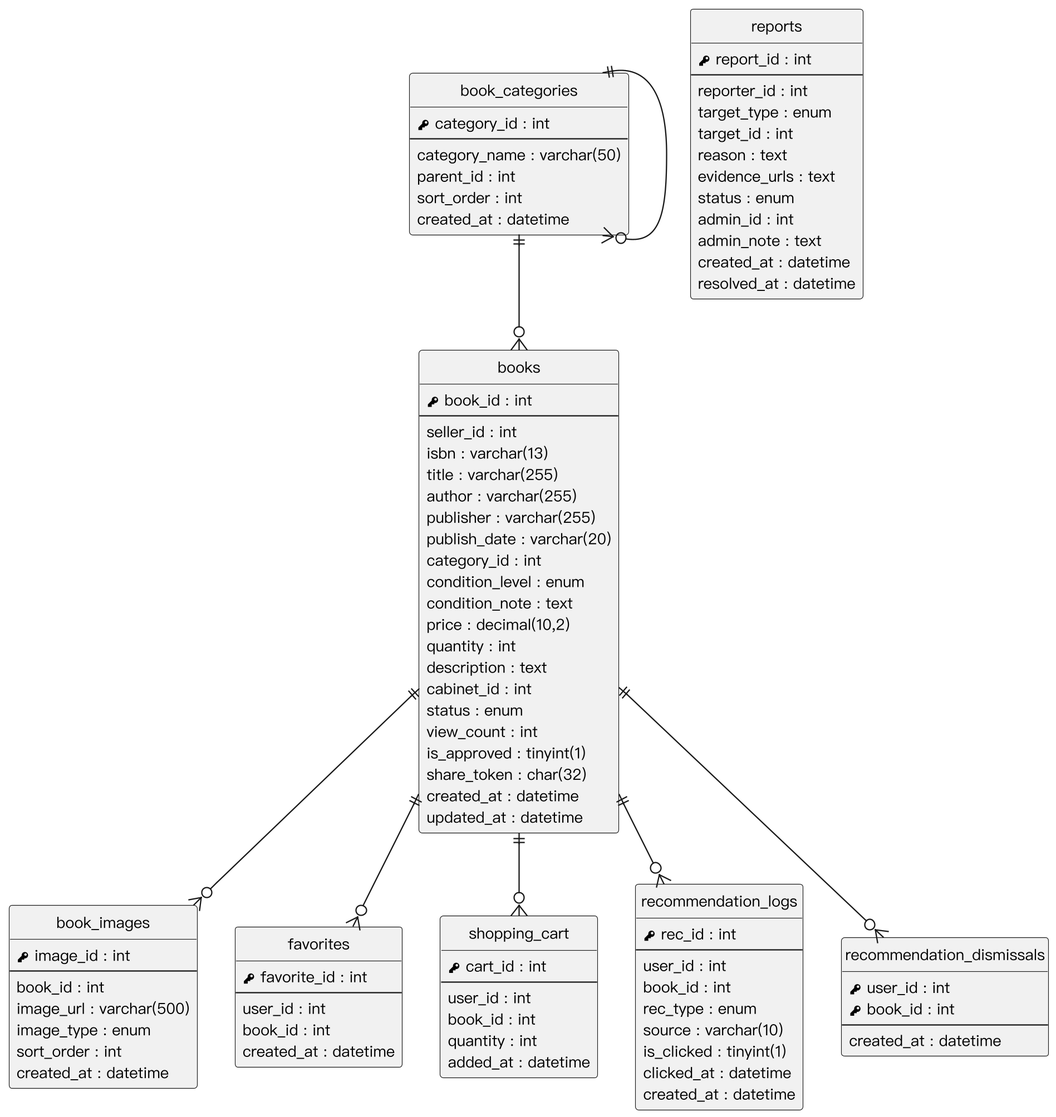
Before: documents/系統手冊/產生工具/aidiag/er/er_books.png, a diagram exported from PlantUML (SaveMyBook/SaveMyBook).
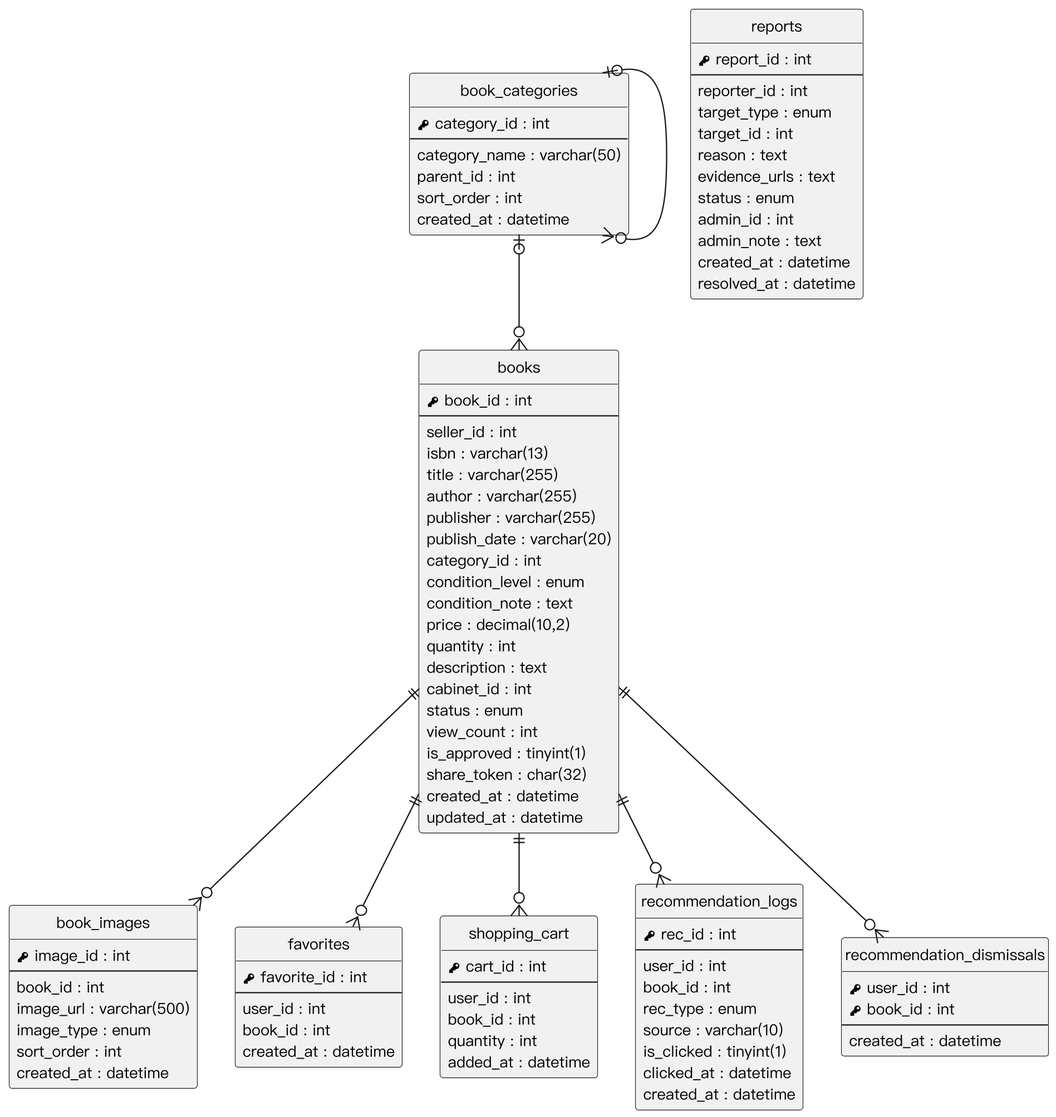
After the change.

What changed in the source:
```diff
@@ -96,8 +96,8 @@
   {field} created_at : datetime
   {field} resolved_at : datetime
 }
-book_categories ||--o{ books
-book_categories ||--o{ book_categories
+book_categories |o--o{ books
+book_categories |o--o{ book_categories
 books ||--o{ book_images
 books ||--o{ favorites
 books ||--o{ shopping_cart
```
